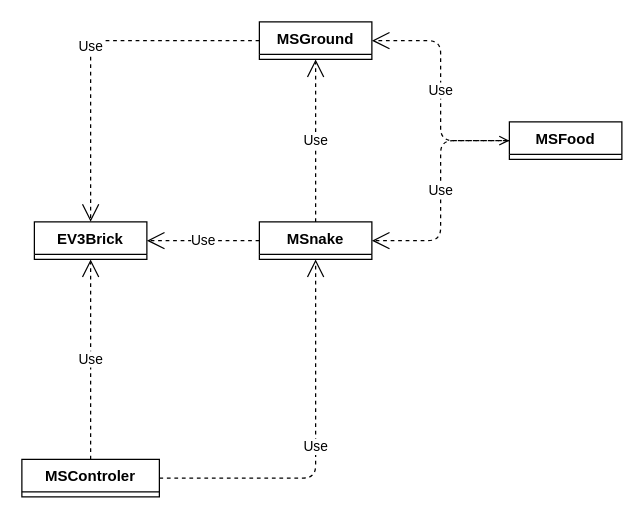
Above: page "第 1 页" (1 of 2) of .doc/architecture.drawio in AaronMingCN/MSnake (draw.io), before the change. Source tidied: cells renumbered, new cells numbered last; positions are measured from the earlier drawing's top-left corner, leaving out a move shared by most shapes. Both pictures are drawn from the tidied source at 125%, with x=0, y=0 at pixel (21, 21).
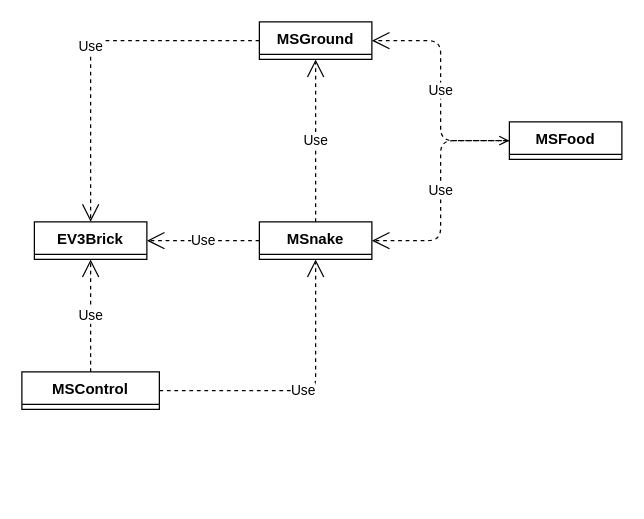
After the change.

Change to the diagram source:
```diff
@@
 <mxGraphModel>
   <root>
     <mxCell id="0" />
     <mxCell id="1" parent="0" />
-    <mxCell id="2" value="MSControler" style="swimlane;fontStyle=1;align=center;verticalAlign=top;horizontal=1;startSize=26;" parent="1" vertex="1" collapsed="1">
-      <mxGeometry y="350" width="110" height="30" as="geometry" />
+    <mxCell id="2" value="MSControl" style="swimlane;fontStyle=1;align=center;verticalAlign=top;horizontal=1;startSize=26;" parent="1" vertex="1" collapsed="1">
+      <mxGeometry y="280" width="110" height="30" as="geometry" />
     </mxCell>
     <mxCell id="3" value="Use" style="endArrow=open;endSize=12;dashed=1;html=1;edgeStyle=orthogonalEdgeStyle;" parent="1" edge="1" source="2" target="4">
       <mxGeometry relative="1" as="geometry" />
     </mxCell>
     <mxCell id="4" value="MSnake" style="swimlane;fontStyle=1;align=center;verticalAlign=top;horizontal=1;startSize=26;" parent="1" vertex="1" collapsed="1">
       <mxGeometry x="190" y="160" width="90" height="30" as="geometry" />
     </mxCell>
     <mxCell id="5" value="EV3Brick" style="swimlane;fontStyle=1;align=center;verticalAlign=top;horizontal=1;startSize=26;" parent="1" vertex="1" collapsed="1">
       <mxGeometry x="10" y="160" width="90" height="30" as="geometry" />
     </mxCell>
     <mxCell id="6" value="Use" style="endArrow=open;endSize=12;dashed=1;html=1;edgeStyle=orthogonalEdgeStyle;" parent="1" edge="1" source="2" target="5">
       <mxGeometry relative="1" as="geometry" />
     </mxCell>
     <mxCell id="7" value="Use" style="endArrow=open;endSize=12;dashed=1;html=1;edgeStyle=orthogonalEdgeStyle;exitX=0;exitY=0.5;exitDx=0;exitDy=0;" parent="1" edge="1" source="4" target="5">
       <mxGeometry relative="1" as="geometry">
         <Array as="points">
           <mxPoint x="170" y="175" />
           <mxPoint x="170" y="175" />
         </Array>
       </mxGeometry>
     </mxCell>
     <mxCell id="8" value="MSGround" style="swimlane;fontStyle=1;align=center;verticalAlign=top;horizontal=1;startSize=26;" parent="1" vertex="1" collapsed="1">
       <mxGeometry x="190" width="90" height="30" as="geometry" />
     </mxCell>
     <mxCell id="9" value="Use" style="endArrow=open;endSize=12;dashed=1;html=1;edgeStyle=orthogonalEdgeStyle;" parent="1" edge="1" source="4" target="8">
       <mxGeometry relative="1" as="geometry" />
     </mxCell>
     <mxCell id="10" value="Use" style="endArrow=open;endSize=12;dashed=1;html=1;edgeStyle=orthogonalEdgeStyle;" parent="1" edge="1" source="8" target="5">
       <mxGeometry relative="1" as="geometry" />
     </mxCell>
     <mxCell id="11" value="MSFood" style="swimlane;fontStyle=1;align=center;verticalAlign=top;horizontal=1;startSize=26;" parent="1" vertex="1" collapsed="1">
       <mxGeometry x="390" y="80" width="90" height="30" as="geometry" />
     </mxCell>
     <mxCell id="12" value="Use" style="endArrow=open;endSize=12;dashed=1;html=1;edgeStyle=orthogonalEdgeStyle;entryX=1;entryY=0.5;entryDx=0;entryDy=0;startArrow=open;startFill=0;endFill=0;" parent="1" edge="1" source="11" target="4">
       <mxGeometry relative="1" as="geometry" />
     </mxCell>
     <mxCell id="13" value="Use" style="endArrow=open;endSize=12;dashed=1;html=1;edgeStyle=orthogonalEdgeStyle;entryX=1;entryY=0.5;entryDx=0;entryDy=0;" parent="1" edge="1" source="11" target="8">
       <mxGeometry relative="1" as="geometry" />
     </mxCell>
   </root>
 </mxGraphModel>
```
